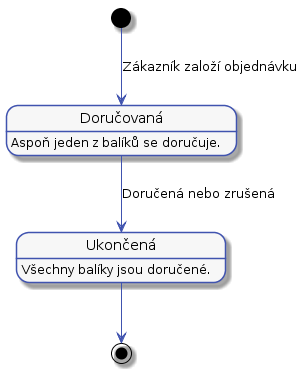
Above: docs/diagrams/out/states-order.png in Internet-Handel/postman (PlantUML), before the change.
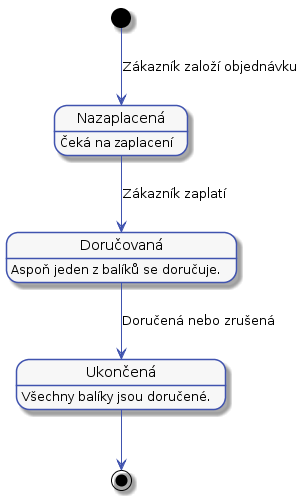
The same file after the commit.

Diff of the diagram source:
```diff
@@ -55,13 +55,17 @@
 }
 
 
+state "Nazaplacená" as nezaplacená
+nezaplacená: Čeká na zaplacení
+
 state "Doručovaná" as cekaNaDoruceni
 cekaNaDoruceni: Aspoň jeden z balíků se doručuje.
 
 state "Ukončená" as closed
 closed: Všechny balíky jsou doručené.
 
-[*] --> cekaNaDoruceni : Zákazník založí objednávku
+[*] --> nezaplacená : Zákazník založí objednávku
+nezaplacená --> cekaNaDoruceni : Zákazník zaplatí
 cekaNaDoruceni --> closed : Doručená nebo zrušená
 closed --> [*]
 @enduml
```
